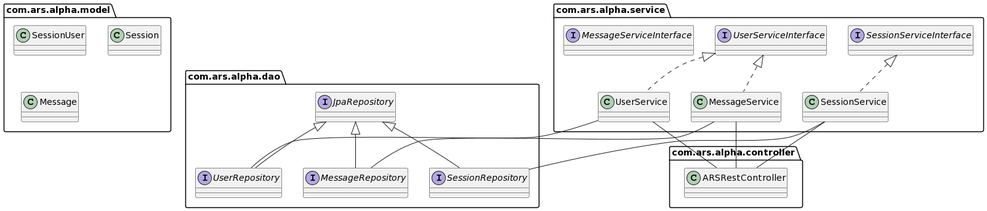
Before: Documentation/Design/Backend UML Class Diagram.png, a diagram exported from PlantUML (leafcathead/CTS5_AudienceResponse).
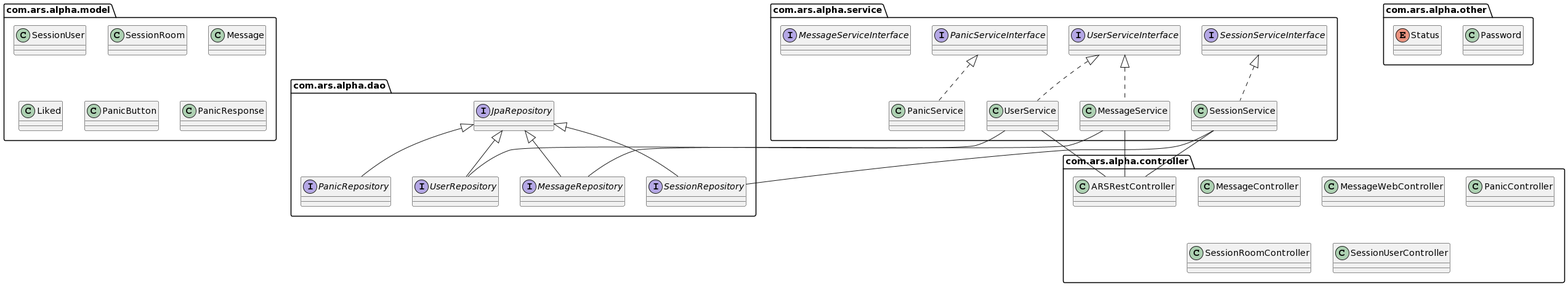
After the commit.

The edit, as a diff of the source:
```diff
@@ -2,8 +2,11 @@
 package com.ars.alpha.model {
 
 class SessionUser
-class Session
+class SessionRoom
 class Message
+class Liked
+class PanicButton
+class PanicResponse
 
 }
 
@@ -12,10 +15,13 @@
 class SessionService implements SessionServiceInterface
 class UserService implements UserServiceInterface
 class MessageService implements UserServiceInterface
+class PanicService implements PanicServiceInterface
+
 
 interface SessionServiceInterface
 interface UserServiceInterface
 interface MessageServiceInterface
+interface PanicServiceInterface
 
 }
 
@@ -24,14 +30,28 @@
 interface SessionRepository extends JpaRepository
 interface UserRepository extends JpaRepository
 interface MessageRepository extends JpaRepository
+interface PanicRepository extends JpaRepository
 
 }
 
 package com.ars.alpha.controller {
 
 class ARSRestController
+class MessageController
+class MessageWebController
+class PanicController
+class SessionRoomController
+class SessionUserController
 
 }
+
+package com.ars.alpha.other {
+
+class Password
+enum Status
+
+}
+
 
 UserService -- UserRepository
 SessionService -- SessionRepository
```
